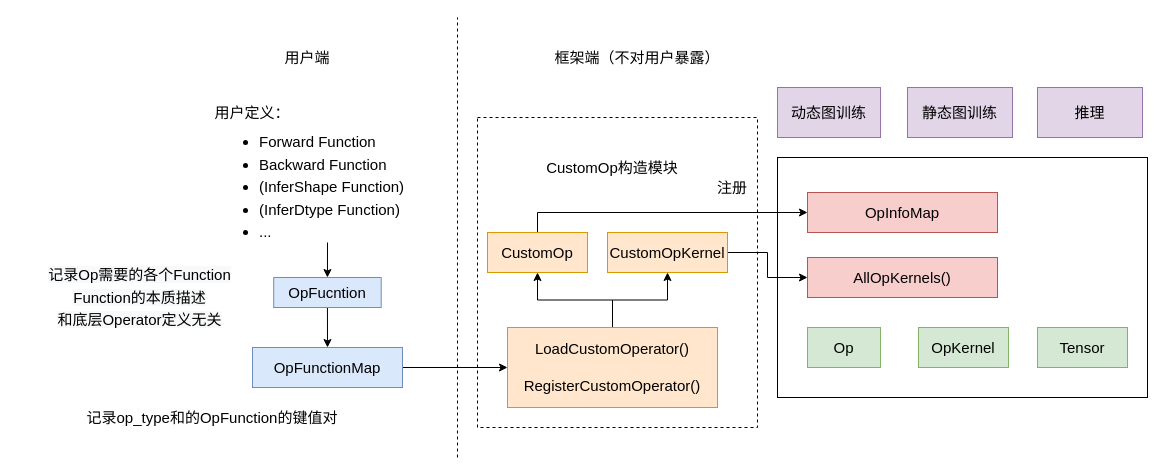
chenwhql/diagrams keeps this draw.io diagram as page "design" (2 of 3) of custom_op.drawio. Above is the earlier version. Source tidied: cells renumbered, new cells numbered last; positions are measured from the earlier drawing's top-left corner, leaving out a move shared by most shapes. Both pictures are drawn from the tidied source at 100%, with x=0, y=0 at pixel (17, 17).
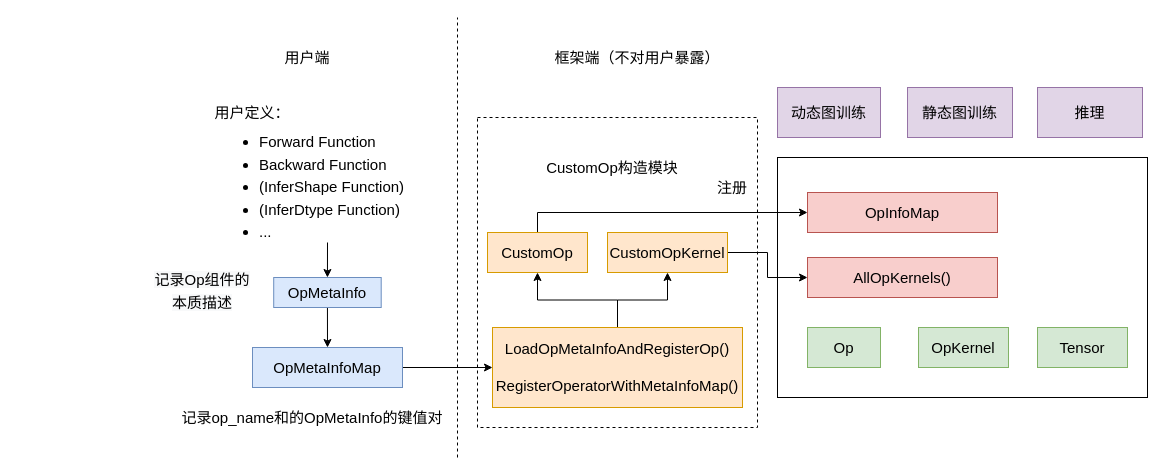
Above is the later version.

What changed in the source:
```diff
@@
-    <mxCell id="4" value="OpFunctionMap" style="rounded=0;whiteSpace=wrap;html=1;fillColor=#dae8fc;strokeColor=#6c8ebf;fontSize=15;" parent="1" vertex="1">
+    <mxCell id="4" value="OpMetaInfoMap" style="rounded=0;whiteSpace=wrap;html=1;fillColor=#dae8fc;strokeColor=#6c8ebf;fontSize=15;" parent="1" vertex="1">
       <mxGeometry x="235" y="330" width="150" height="40" as="geometry" />
     </mxCell>
@@
-    <mxCell id="11" value="OpFucntion" style="rounded=0;whiteSpace=wrap;html=1;fillColor=#dae8fc;align=center;strokeColor=#6c8ebf;fontSize=15;" parent="1" vertex="1">
+    <mxCell id="11" value="OpMetaInfo" style="rounded=0;whiteSpace=wrap;html=1;fillColor=#dae8fc;align=center;strokeColor=#6c8ebf;fontSize=15;" parent="1" vertex="1">
       <mxGeometry x="256.2" y="260" width="107.5" height="30" as="geometry" />
     </mxCell>
-    <mxCell id="12" value="&lt;span style=&quot;color: rgb(0, 0, 0); font-family: helvetica; font-size: 15px; font-style: normal; font-weight: 400; letter-spacing: normal; text-indent: 0px; text-transform: none; word-spacing: 0px; background-color: rgb(248, 249, 250); display: inline; float: none; line-height: 150%;&quot;&gt;记录Op需要的各个Function&lt;br style=&quot;font-size: 15px;&quot;&gt;Function的本质描述&lt;br style=&quot;font-size: 15px;&quot;&gt;和底层Operator定义无关&lt;br style=&quot;font-size: 15px;&quot;&gt;&lt;/span&gt;" style="text;whiteSpace=wrap;html=1;align=center;fontSize=15;" parent="1" vertex="1">
-      <mxGeometry y="240" width="245" height="60" as="geometry" />
+    <mxCell id="12" value="&lt;span style=&quot;color: rgb(0 , 0 , 0) ; font-family: &amp;#34;helvetica&amp;#34; ; font-size: 15px ; font-style: normal ; font-weight: 400 ; letter-spacing: normal ; text-indent: 0px ; text-transform: none ; word-spacing: 0px ; background-color: rgb(248 , 249 , 250) ; display: inline ; float: none ; line-height: 150%&quot;&gt;记录Op组件的本质描述&lt;br style=&quot;font-size: 15px&quot;&gt;&lt;/span&gt;" style="text;whiteSpace=wrap;html=1;align=center;fontSize=15;" parent="1" vertex="1">
+      <mxGeometry x="135" y="245" width="100" height="60" as="geometry" />
     </mxCell>
-    <mxCell id="13" value="记录op_type和的OpFunction的键值对" style="text;html=1;strokeColor=none;fillColor=none;align=center;verticalAlign=middle;whiteSpace=wrap;rounded=0;fontSize=15;" parent="1" vertex="1">
-      <mxGeometry x="60" y="390" width="270" height="20" as="geometry" />
+    <mxCell id="13" value="记录op_name和的OpMetaInfo的键值对" style="text;html=1;strokeColor=none;fillColor=none;align=center;verticalAlign=middle;whiteSpace=wrap;rounded=0;fontSize=15;" parent="1" vertex="1">
+      <mxGeometry x="160" y="390" width="270" height="20" as="geometry" />
     </mxCell>
@@
-    <mxCell id="18" value="&lt;p style=&quot;line-height: 150%; font-size: 15px;&quot;&gt;LoadCustomOperator()&lt;/p&gt;&lt;p style=&quot;line-height: 150%; font-size: 15px;&quot;&gt;RegisterCustomOperator()&lt;/p&gt;" style="rounded=0;whiteSpace=wrap;html=1;fillColor=#ffe6cc;align=center;strokeColor=#d79b00;fontSize=15;" parent="1" vertex="1">
-      <mxGeometry x="490" y="310" width="210" height="80" as="geometry" />
+    <mxCell id="18" value="&lt;p style=&quot;line-height: 150% ; font-size: 15px&quot;&gt;LoadOpMetaInfoAndRegisterOp()&lt;/p&gt;&lt;p style=&quot;line-height: 150% ; font-size: 15px&quot;&gt;RegisterOperatorWithMetaInfoMap()&lt;/p&gt;" style="rounded=0;whiteSpace=wrap;html=1;fillColor=#ffe6cc;align=center;strokeColor=#d79b00;fontSize=15;" parent="1" vertex="1">
+      <mxGeometry x="475" y="310" width="250" height="80" as="geometry" />
     </mxCell>
```
